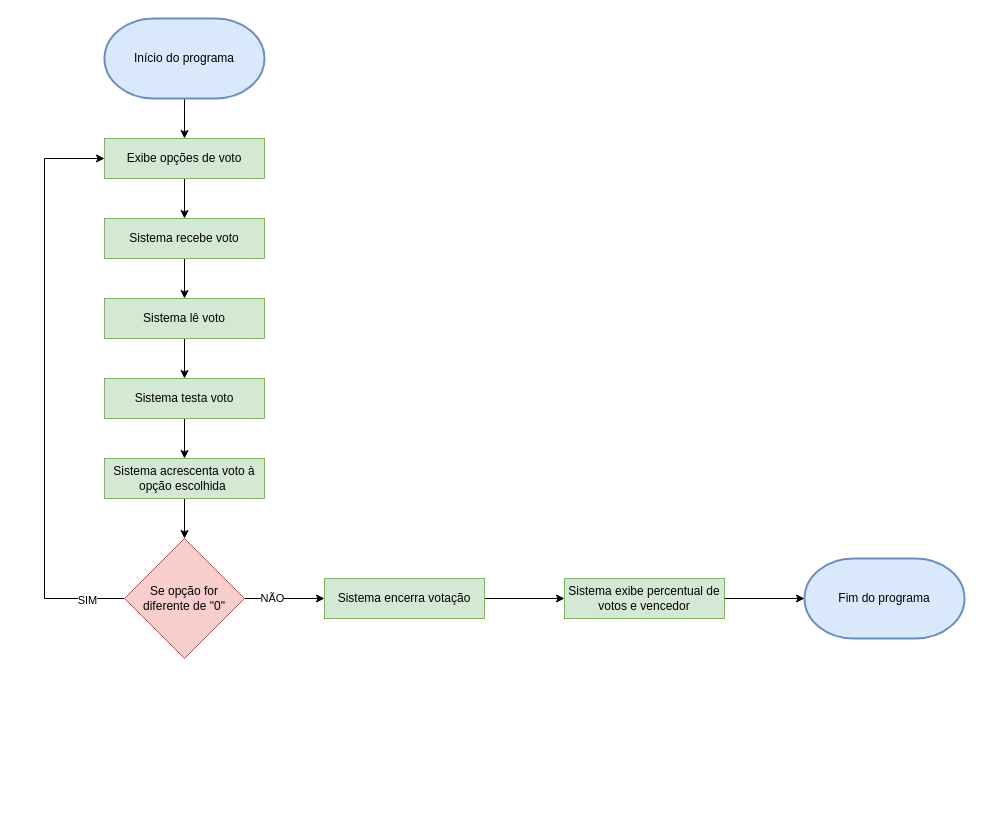
Earlier version of the draw.io diagram Diagrama sem nome.drawio (yukiecanatto/urna-eletronica). Source tidied: cells renumbered, new cells numbered last; positions are measured from the earlier drawing's top-left corner, leaving out a move shared by most shapes. Both pictures are drawn from the tidied source at 100%, with x=0, y=0 at pixel (44, 18).
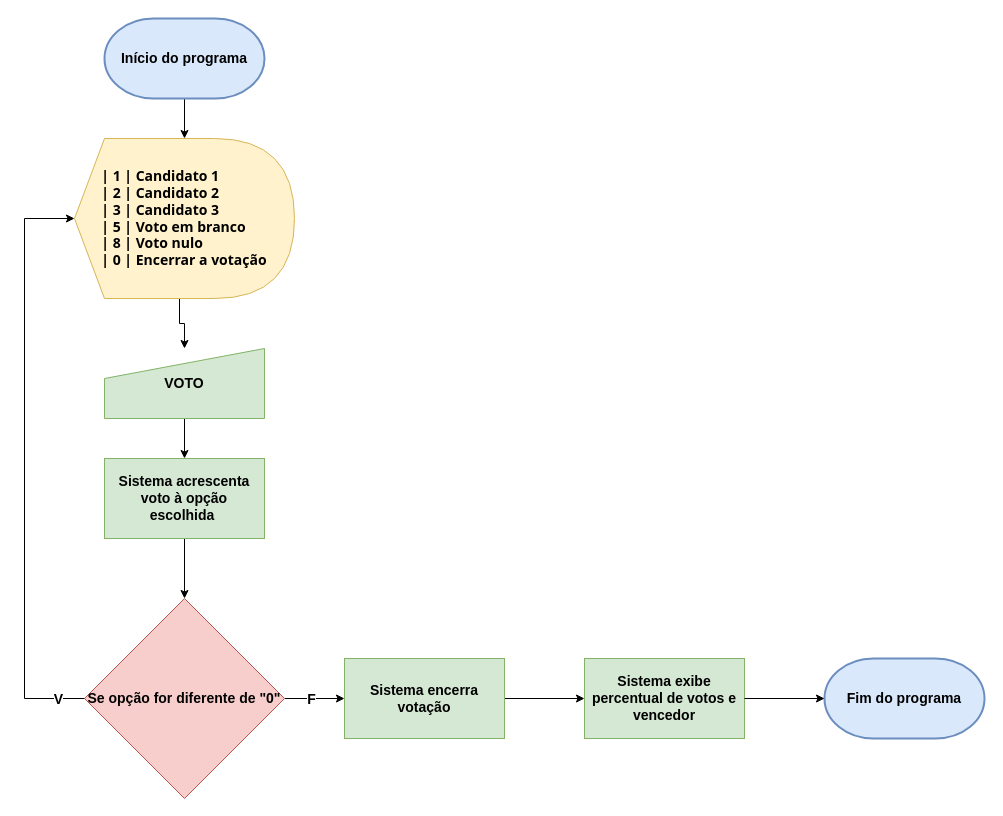
After the change.

The change refers to these unchanged cells:
```xml
<mxCell id="16" style="edgeStyle=orthogonalEdgeStyle;rounded=0;jettySize=auto;html=1;exitX=1;exitY=0.5;exitDx=0;exitDy=0;entryX=0;entryY=0.5;entryDx=0;entryDy=0;" parent="1" edge="1" source="18" target="22">
  <mxGeometry relative="1" as="geometry" />
</mxCell>
```

The edit, as a diff of the source:
```diff
@@
-    <mxCell id="2" style="edgeStyle=orthogonalEdgeStyle;rounded=0;jettySize=auto;html=1;exitX=0.5;exitY=1;exitDx=0;exitDy=0;exitPerimeter=0;entryX=0.5;entryY=0;entryDx=0;entryDy=0;" parent="1" edge="1" source="3" target="5">
-      <mxGeometry relative="1" as="geometry" />
-    </mxCell>
+    <mxCell id="24" style="edgeStyle=orthogonalEdgeStyle;rounded=0;jettySize=auto;html=1;exitX=0.5;exitY=1;exitDx=0;exitDy=0;exitPerimeter=0;" parent="1" edge="1" source="3" target="28">
+      <mxGeometry relative="1" as="geometry" />
+    </mxCell>
-    <mxCell id="3" value="Início do programa" style="strokeWidth=2;html=1;shape=mxgraph.flowchart.terminator;whiteSpace=wrap;fillColor=#dae8fc;strokeColor=#6c8ebf;" parent="1" vertex="1">
+    <mxCell id="3" value="&lt;font style=&quot;font-size: 14px;&quot;&gt;&lt;b&gt;Início do programa&lt;/b&gt;&lt;/font&gt;" style="strokeWidth=2;html=1;shape=mxgraph.flowchart.terminator;whiteSpace=wrap;fillColor=#dae8fc;strokeColor=#6c8ebf;" parent="1" vertex="1">
       <mxGeometry x="60" width="160" height="80" as="geometry" />
     </mxCell>
-    <mxCell id="4" style="edgeStyle=orthogonalEdgeStyle;rounded=0;jettySize=auto;html=1;exitX=0.5;exitY=1;exitDx=0;exitDy=0;entryX=0.5;entryY=0;entryDx=0;entryDy=0;" parent="1" edge="1" source="5" target="7">
-      <mxGeometry relative="1" as="geometry" />
-    </mxCell>
-    <mxCell id="5" value="Exibe opções de voto" style="rounded=0;whiteSpace=wrap;html=1;fillColor=#d5e8d4;strokeColor=#82b366;" parent="1" vertex="1">
-      <mxGeometry x="60" y="120" width="160" height="40" as="geometry" />
-    </mxCell>
-    <mxCell id="6" style="edgeStyle=orthogonalEdgeStyle;rounded=0;jettySize=auto;html=1;exitX=0.5;exitY=1;exitDx=0;exitDy=0;entryX=0.5;entryY=0;entryDx=0;entryDy=0;" parent="1" edge="1" source="7" target="9">
-      <mxGeometry relative="1" as="geometry" />
+    <mxCell id="6" style="edgeStyle=orthogonalEdgeStyle;rounded=0;orthogonalLoop=1;jettySize=auto;html=1;exitX=0.5;exitY=1;exitDx=0;exitDy=0;entryX=0.5;entryY=0;entryDx=0;entryDy=0;" parent="1" edge="1">
+      <mxGeometry relative="1" as="geometry">
+        <mxPoint x="140" y="240" as="sourcePoint" />
+      </mxGeometry>
     </mxCell>
-    <mxCell id="7" value="Sistema recebe voto" style="rounded=0;whiteSpace=wrap;html=1;fillColor=#d5e8d4;strokeColor=#82b366;" parent="1" vertex="1">
-      <mxGeometry x="60" y="200" width="160" height="40" as="geometry" />
-    </mxCell>
-    <mxCell id="8" style="edgeStyle=orthogonalEdgeStyle;rounded=0;jettySize=auto;html=1;exitX=0.5;exitY=1;exitDx=0;exitDy=0;entryX=0.5;entryY=0;entryDx=0;entryDy=0;" parent="1" edge="1" source="9" target="11">
-      <mxGeometry relative="1" as="geometry" />
+    <mxCell id="8" style="edgeStyle=orthogonalEdgeStyle;rounded=0;orthogonalLoop=1;jettySize=auto;html=1;exitX=0.5;exitY=1;exitDx=0;exitDy=0;entryX=0.5;entryY=0;entryDx=0;entryDy=0;" parent="1" edge="1">
+      <mxGeometry relative="1" as="geometry">
+        <mxPoint x="140" y="320" as="sourcePoint" />
+      </mxGeometry>
     </mxCell>
-    <mxCell id="9" value="Sistema lê voto" style="rounded=0;whiteSpace=wrap;html=1;fillColor=#d5e8d4;strokeColor=#82b366;" parent="1" vertex="1">
-      <mxGeometry x="60" y="280" width="160" height="40" as="geometry" />
-    </mxCell>
-    <mxCell id="10" style="edgeStyle=orthogonalEdgeStyle;rounded=0;jettySize=auto;html=1;exitX=0.5;exitY=1;exitDx=0;exitDy=0;entryX=0.5;entryY=0;entryDx=0;entryDy=0;" parent="1" edge="1" source="11" target="13">
+    <mxCell id="10" style="edgeStyle=orthogonalEdgeStyle;rounded=0;jettySize=auto;html=1;exitX=0.5;exitY=1;exitDx=0;exitDy=0;entryX=0.5;entryY=0;entryDx=0;entryDy=0;" parent="1" edge="1" source="26" target="13">
       <mxGeometry relative="1" as="geometry" />
     </mxCell>
-    <mxCell id="11" value="Sistema testa voto" style="rounded=0;whiteSpace=wrap;html=1;fillColor=#d5e8d4;strokeColor=#82b366;" parent="1" vertex="1">
-      <mxGeometry x="60" y="360" width="160" height="40" as="geometry" />
-    </mxCell>
@@
-    <mxCell id="13" value="Sistema acrescenta voto à opção escolhida&amp;nbsp;" style="rounded=0;whiteSpace=wrap;html=1;fillColor=#d5e8d4;strokeColor=#82b366;" parent="1" vertex="1">
-      <mxGeometry x="60" y="440" width="160" height="40" as="geometry" />
+    <mxCell id="13" value="&lt;font style=&quot;font-size: 14px;&quot;&gt;&lt;b&gt;Sistema acrescenta voto à opção escolhida&amp;nbsp;&lt;/b&gt;&lt;/font&gt;" style="rounded=0;whiteSpace=wrap;html=1;fillColor=#d5e8d4;strokeColor=#82b366;" parent="1" vertex="1">
+      <mxGeometry x="60" y="440" width="160" height="80" as="geometry" />
     </mxCell>
-    <mxCell id="14" style="edgeStyle=orthogonalEdgeStyle;rounded=0;jettySize=auto;html=1;exitX=0;exitY=0.5;exitDx=0;exitDy=0;entryX=0;entryY=0.5;entryDx=0;entryDy=0;" parent="1" edge="1" source="18" target="5">
-      <mxGeometry relative="1" as="geometry">
-        <Array as="points">
-          <mxPoint y="580" />
-          <mxPoint y="140" />
-        </Array>
-      </mxGeometry>
-    </mxCell>
-    <mxCell id="15" value="SIM" style="edgeLabel;html=1;align=center;verticalAlign=middle;" parent="14" vertex="1">
-      <mxGeometry x="-0.87" y="1" relative="1" as="geometry" />
-    </mxCell>
@@
-    <mxCell id="17" value="NÃO" style="edgeLabel;html=1;align=center;verticalAlign=middle;" parent="16" vertex="1">
-      <mxGeometry x="-0.33" y="1" relative="1" as="geometry" />
-    </mxCell>
+    <mxCell id="25" value="&lt;font style=&quot;font-size: 14px;&quot;&gt;&lt;b&gt;F&lt;/b&gt;&lt;/font&gt;" style="edgeLabel;html=1;align=center;verticalAlign=middle;" parent="16" vertex="1">
+      <mxGeometry x="-0.13" relative="1" as="geometry" />
+    </mxCell>
-    <mxCell id="18" value="Se opção for diferente de &quot;0&quot;" style="rhombus;whiteSpace=wrap;html=1;fillColor=#f8cecc;strokeColor=#b85450;" parent="1" vertex="1">
-      <mxGeometry x="80" y="520" width="120" height="120" as="geometry" />
+    <mxCell id="18" value="&lt;font style=&quot;font-size: 14px;&quot;&gt;&lt;b&gt;Se opção for diferente de &quot;0&quot;&lt;/b&gt;&lt;/font&gt;" style="rhombus;whiteSpace=wrap;html=1;fillColor=#f8cecc;strokeColor=#b85450;" parent="1" vertex="1">
+      <mxGeometry x="40" y="580" width="200" height="200" as="geometry" />
     </mxCell>
+    <mxCell id="26" value="&lt;font style=&quot;font-size: 14px;&quot;&gt;&lt;b&gt;VOTO&lt;/b&gt;&lt;/font&gt;" style="shape=manualInput;whiteSpace=wrap;html=1;fillColor=#d5e8d4;strokeColor=#82b366;" parent="1" vertex="1">
+      <mxGeometry x="60" y="330" width="160" height="70" as="geometry" />
+    </mxCell>
+    <mxCell id="27" style="edgeStyle=orthogonalEdgeStyle;rounded=0;jettySize=auto;html=1;exitX=0;exitY=0;exitDx=105;exitDy=130;exitPerimeter=0;entryX=0.5;entryY=0;entryDx=0;entryDy=0;" parent="1" edge="1" source="28" target="26">
+      <mxGeometry relative="1" as="geometry" />
+    </mxCell>
+    <mxCell id="28" value="&lt;div style=&quot;box-sizing: border-box; color: rgb(255, 255, 255); font-family: &amp;quot;Segoe UI&amp;quot;, &amp;quot;Segoe UI Web (West European)&amp;quot;, -apple-system, BlinkMacSystemFont, Roboto, &amp;quot;Helvetica Neue&amp;quot;, sans-serif; font-size: 14px; text-align: left; background-color: rgb(41, 41, 41);&quot;&gt;&lt;span style=&quot;box-sizing: border-box; color: rgb(17, 136, 0);&quot;&gt;&lt;/span&gt;&lt;/div&gt;&lt;div style=&quot;box-sizing: border-box; font-family: &amp;quot;Segoe UI&amp;quot;, &amp;quot;Segoe UI Web (West European)&amp;quot;, -apple-system, BlinkMacSystemFont, Roboto, &amp;quot;Helvetica Neue&amp;quot;, sans-serif; font-size: 14px; text-align: left;&quot;&gt;&lt;span style=&quot;box-sizing: border-box;&quot;&gt;&lt;span style=&quot;box-sizing: border-box; font-weight: bolder;&quot;&gt;| 1 | Candidato 1&lt;br&gt;&lt;/span&gt;&lt;/span&gt;&lt;/div&gt;&lt;div style=&quot;box-sizing: border-box; font-family: &amp;quot;Segoe UI&amp;quot;, &amp;quot;Segoe UI Web (West European)&amp;quot;, -apple-system, BlinkMacSystemFont, Roboto, &amp;quot;Helvetica Neue&amp;quot;, sans-serif; font-size: 14px; text-align: left;&quot;&gt;&lt;span style=&quot;box-sizing: border-box;&quot;&gt;&lt;span style=&quot;box-sizing: border-box; font-weight: bolder;&quot;&gt;| 2 | Candidato 2&lt;/span&gt;&lt;/span&gt;&lt;/div&gt;&lt;div style=&quot;box-sizing: border-box; font-family: &amp;quot;Segoe UI&amp;quot;, &amp;quot;Segoe UI Web (West European)&amp;quot;, -apple-system, BlinkMacSystemFont, Roboto, &amp;quot;Helvetica Neue&amp;quot;, sans-serif; font-size: 14px; text-align: left;&quot;&gt;&lt;span style=&quot;box-sizing: border-box;&quot;&gt;&lt;span style=&quot;box-sizing: border-box; font-weight: bolder;&quot;&gt;| 3 | Candidato 3&lt;/span&gt;&lt;/span&gt;&lt;/div&gt;&lt;div style=&quot;box-sizing: border-box; font-family: &amp;quot;Segoe UI&amp;quot;, &amp;quot;Segoe UI Web (West European)&amp;quot;, -apple-system, BlinkMacSystemFont, Roboto, &amp;quot;Helvetica Neue&amp;quot;, sans-serif; font-size: 14px; text-align: left;&quot;&gt;&lt;span style=&quot;box-sizing: border-box;&quot;&gt;&lt;span style=&quot;box-sizing: border-box; font-weight: bolder;&quot;&gt;| 5 | Voto em branco&lt;/span&gt;&lt;/span&gt;&lt;/div&gt;&lt;div style=&quot;box-sizing: border-box; font-family: &amp;quot;Segoe UI&amp;quot;, &amp;quot;Segoe UI Web (West European)&amp;quot;, -apple-system, BlinkMacSystemFont, Roboto, &amp;quot;Helvetica Neue&amp;quot;, sans-serif; font-size: 14px; text-align: left;&quot;&gt;&lt;span style=&quot;box-sizing: border-box;&quot;&gt;&lt;span style=&quot;box-sizing: border-box; font-weight: bolder;&quot;&gt;| 8 | Voto nulo&lt;/span&gt;&lt;/span&gt;&lt;/div&gt;&lt;div style=&quot;box-sizing: border-box; font-family: &amp;quot;Segoe UI&amp;quot;, &amp;quot;Segoe UI Web (West European)&amp;quot;, -apple-system, BlinkMacSystemFont, Roboto, &amp;quot;Helvetica Neue&amp;quot;, sans-serif; font-size: 14px; text-align: left;&quot;&gt;&lt;span style=&quot;box-sizing: border-box;&quot;&gt;&lt;span style=&quot;box-sizing: border-box; font-weight: bolder;&quot;&gt;| 0 | Encerrar a votação&lt;/span&gt;&lt;/span&gt;&lt;/div&gt;" style="shape=display;whiteSpace=wrap;html=1;fillColor=#fff2cc;strokeColor=#d6b656;align=center;size=0.13636363636363635;" parent="1" vertex="1">
+      <mxGeometry x="30" y="120" width="220" height="160" as="geometry" />
+    </mxCell>
-    <mxCell id="19" value="Fim do programa" style="strokeWidth=2;html=1;shape=mxgraph.flowchart.terminator;whiteSpace=wrap;fillColor=#dae8fc;strokeColor=#6c8ebf;" parent="1" vertex="1">
-      <mxGeometry x="760" y="540" width="160" height="80" as="geometry" />
+    <mxCell id="19" value="&lt;font style=&quot;font-size: 14px;&quot;&gt;&lt;b&gt;Fim do programa&lt;/b&gt;&lt;/font&gt;" style="strokeWidth=2;html=1;shape=mxgraph.flowchart.terminator;whiteSpace=wrap;fillColor=#dae8fc;strokeColor=#6c8ebf;" parent="1" vertex="1">
+      <mxGeometry x="780" y="640" width="160" height="80" as="geometry" />
     </mxCell>
-    <mxCell id="20" value="Sistema exibe percentual de votos e vencedor" style="rounded=0;whiteSpace=wrap;html=1;fillColor=#d5e8d4;strokeColor=#82b366;" parent="1" vertex="1">
-      <mxGeometry x="520" y="560" width="160" height="40" as="geometry" />
+    <mxCell id="20" value="&lt;b&gt;&lt;font style=&quot;font-size: 14px;&quot;&gt;Sistema exibe percentual de votos e vencedor&lt;/font&gt;&lt;/b&gt;" style="rounded=0;whiteSpace=wrap;html=1;fillColor=#d5e8d4;strokeColor=#82b366;" parent="1" vertex="1">
+      <mxGeometry x="540" y="640" width="160" height="80" as="geometry" />
     </mxCell>
@@
+    <mxCell id="23" style="edgeStyle=orthogonalEdgeStyle;rounded=0;jettySize=auto;html=1;exitX=1;exitY=0.5;exitDx=0;exitDy=0;entryX=0;entryY=0.5;entryDx=0;entryDy=0;entryPerimeter=0;" parent="1" edge="1" source="20" target="19">
+      <mxGeometry relative="1" as="geometry" />
+    </mxCell>
-    <mxCell id="22" value="Sistema encerra votação" style="rounded=0;whiteSpace=wrap;html=1;fillColor=#d5e8d4;strokeColor=#82b366;" parent="1" vertex="1">
-      <mxGeometry x="280" y="560" width="160" height="40" as="geometry" />
+    <mxCell id="22" value="&lt;font style=&quot;font-size: 14px;&quot;&gt;&lt;b&gt;Sistema encerra votação&lt;/b&gt;&lt;/font&gt;" style="rounded=0;whiteSpace=wrap;html=1;fillColor=#d5e8d4;strokeColor=#82b366;" parent="1" vertex="1">
+      <mxGeometry x="300" y="640" width="160" height="80" as="geometry" />
     </mxCell>
-    <mxCell id="23" style="edgeStyle=orthogonalEdgeStyle;rounded=0;jettySize=auto;html=1;exitX=1;exitY=0.5;exitDx=0;exitDy=0;entryX=0;entryY=0.5;entryDx=0;entryDy=0;entryPerimeter=0;" parent="1" edge="1" source="20" target="19">
-      <mxGeometry relative="1" as="geometry" />
-    </mxCell>
+    <mxCell id="29" style="edgeStyle=orthogonalEdgeStyle;rounded=0;jettySize=auto;html=1;exitX=0;exitY=0.5;exitDx=0;exitDy=0;entryX=0;entryY=0.5;entryDx=0;entryDy=0;entryPerimeter=0;" parent="1" edge="1" source="18" target="28">
+      <mxGeometry relative="1" as="geometry">
+        <Array as="points">
+          <mxPoint x="-20" y="680" />
+          <mxPoint x="-20" y="200" />
+        </Array>
+      </mxGeometry>
+    </mxCell>
+    <mxCell id="30" value="&lt;b&gt;&lt;font style=&quot;font-size: 14px;&quot;&gt;V&lt;/font&gt;&lt;/b&gt;" style="edgeLabel;html=1;align=center;verticalAlign=middle;" parent="29" vertex="1">
+      <mxGeometry x="-0.91" relative="1" as="geometry" />
+    </mxCell>
```
